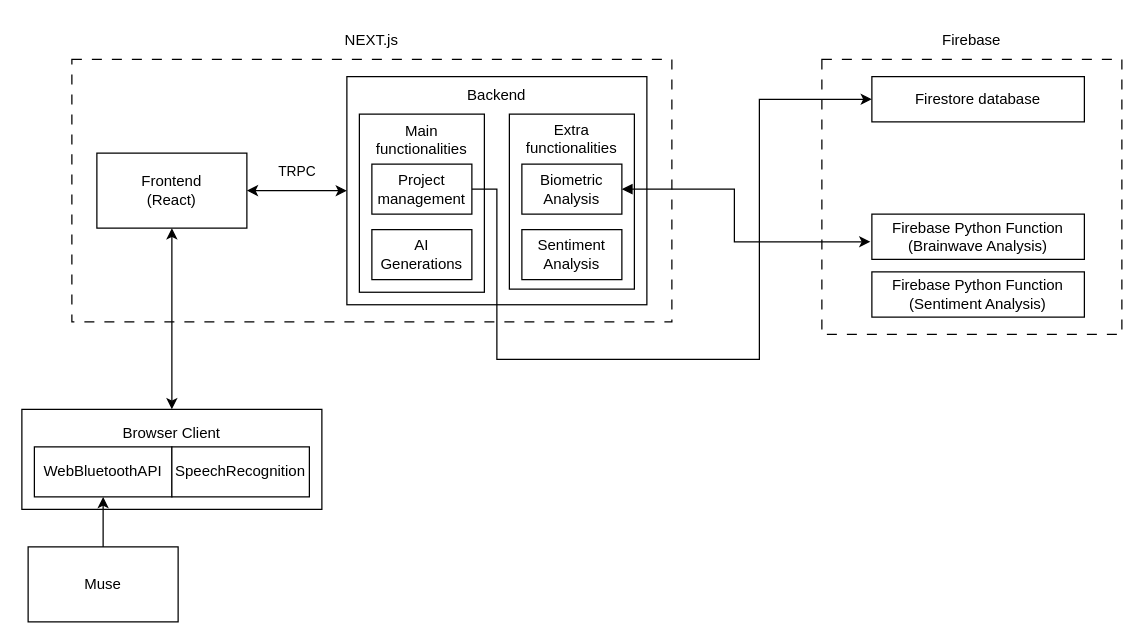
This is architecture.drawio from Apantli/Tenor, a draw.io file, before an edit. Source tidied: cells renumbered, new cells numbered last; positions are measured from the earlier drawing's top-left corner, leaving out a move shared by most shapes. Both pictures are drawn from the tidied source at 125%, with x=0, y=0 at pixel (21, 21).
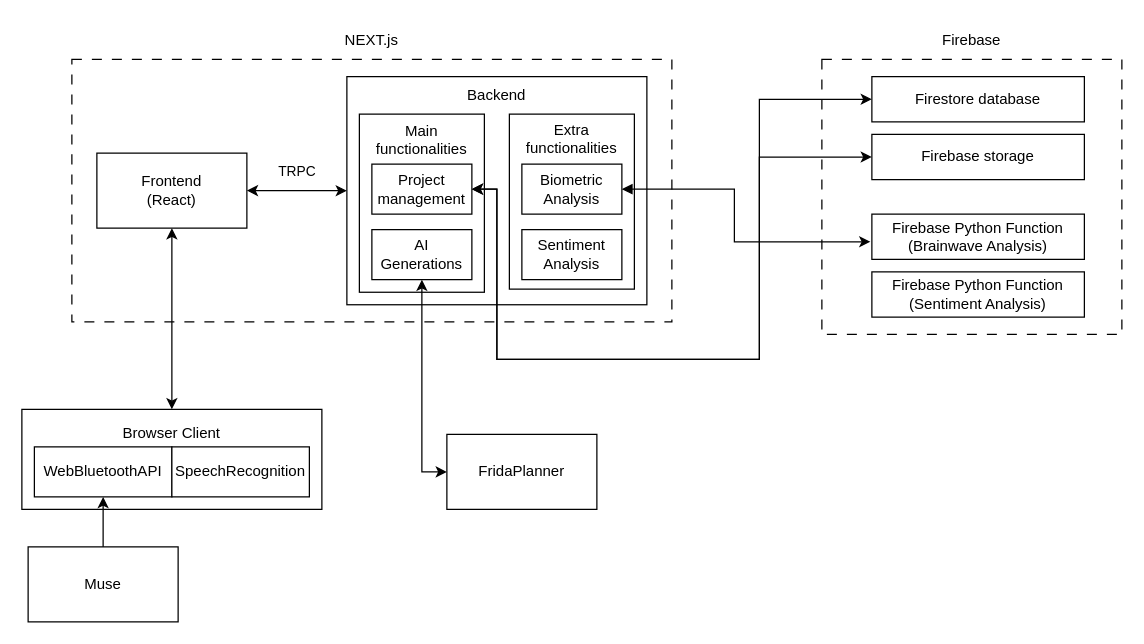
The same diagram, later.

Unchanged cells that the change refers to:
```xml
<mxCell id="16" value="Project management" style="rounded=0;whiteSpace=wrap;html=1;" parent="1" vertex="1">
  <mxGeometry x="280" y="113.8" width="80" height="40" as="geometry" />
</mxCell>
<mxCell id="17" value="&lt;div&gt;AI Generations&lt;/div&gt;" style="rounded=0;whiteSpace=wrap;html=1;" parent="1" vertex="1">
  <mxGeometry x="280" y="166.2" width="80" height="40" as="geometry" />
</mxCell>
<mxCell id="25" value="Firestore database" style="rounded=0;whiteSpace=wrap;html=1;" parent="1" vertex="1">
  <mxGeometry x="680" y="43.8" width="170" height="36.2" as="geometry" />
</mxCell>
```

Change to the diagram source:
```diff
@@
-    <mxCell id="15" style="edgeStyle=orthogonalEdgeStyle;rounded=0;jettySize=auto;html=1;entryX=0;entryY=0.5;entryDx=0;entryDy=0;" parent="1" edge="1" source="16" target="25">
+    <mxCell id="15" style="edgeStyle=orthogonalEdgeStyle;rounded=0;jettySize=auto;html=1;entryX=0;entryY=0.5;entryDx=0;entryDy=0;startArrow=classic;startFill=1;" parent="1" edge="1" source="16" target="25">
       <mxGeometry relative="1" as="geometry">
         <Array as="points">
           <mxPoint x="380" y="134" />
           <mxPoint x="380" y="270" />
           <mxPoint x="590" y="270" />
           <mxPoint x="590" y="62" />
         </Array>
       </mxGeometry>
     </mxCell>
@@
+    <mxCell id="27" style="edgeStyle=orthogonalEdgeStyle;rounded=0;jettySize=auto;html=1;entryX=0;entryY=0.5;entryDx=0;entryDy=0;startArrow=classic;startFill=1;" parent="1" edge="1" source="17" target="30">
+      <mxGeometry relative="1" as="geometry" />
+    </mxCell>
@@
+    <mxCell id="28" value="Firebase storage" style="rounded=0;whiteSpace=wrap;html=1;" parent="1" vertex="1">
+      <mxGeometry x="680" y="90" width="170" height="36.2" as="geometry" />
+    </mxCell>
+    <mxCell id="29" style="edgeStyle=orthogonalEdgeStyle;rounded=0;jettySize=auto;html=1;entryX=0;entryY=0.5;entryDx=0;entryDy=0;startArrow=classic;startFill=1;" parent="1" edge="1" source="16" target="28">
+      <mxGeometry relative="1" as="geometry">
+        <Array as="points">
+          <mxPoint x="380" y="134" />
+          <mxPoint x="380" y="270" />
+          <mxPoint x="590" y="270" />
+          <mxPoint x="590" y="108" />
+          <mxPoint x="680" y="108" />
+        </Array>
+      </mxGeometry>
+    </mxCell>
+    <mxCell id="30" value="FridaPlanner" style="rounded=0;whiteSpace=wrap;html=1;" parent="1" vertex="1">
+      <mxGeometry x="340" y="330" width="120" height="60" as="geometry" />
+    </mxCell>
```
